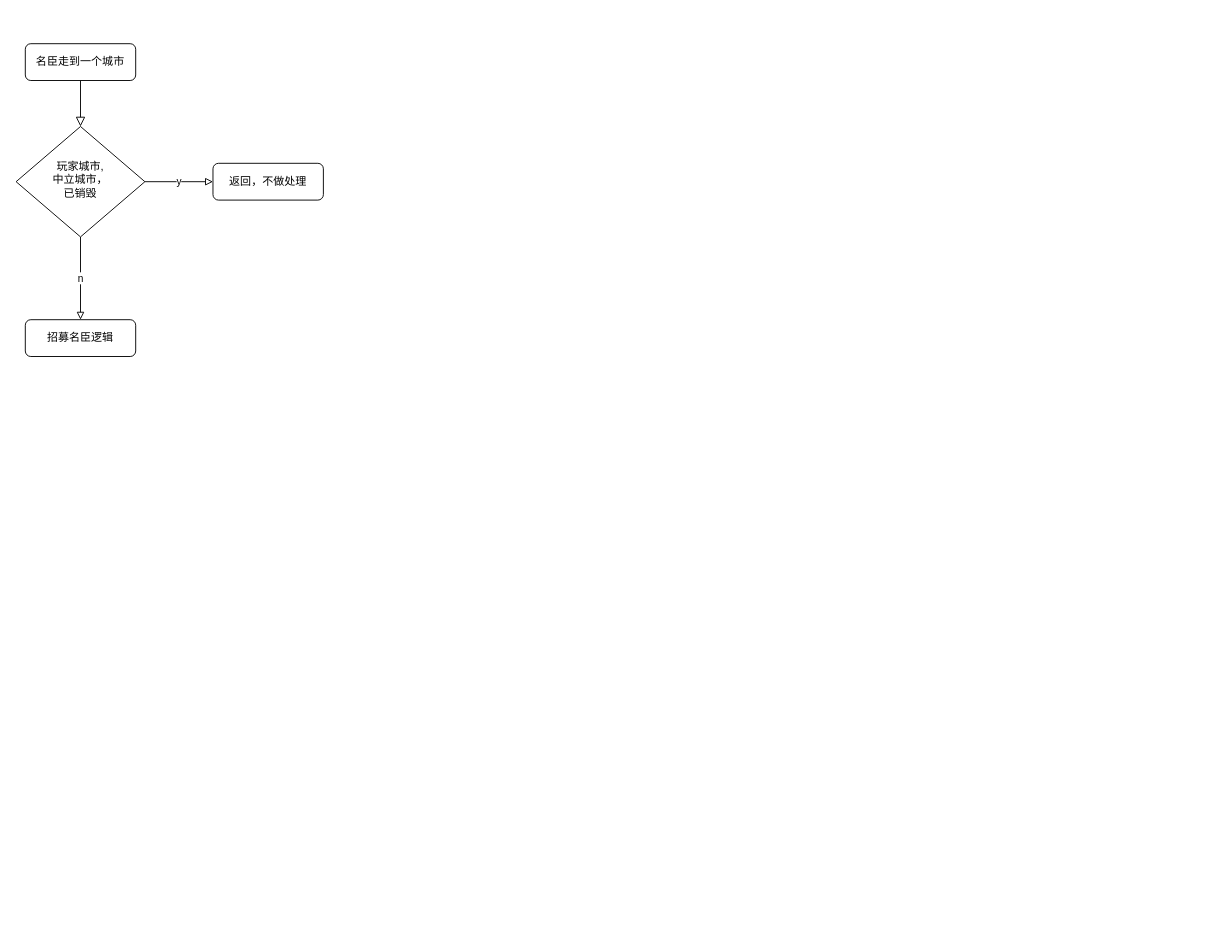
The draw.io diagram 萧何举士效果收服名臣流程图.drawio in fdgggy/architect-awesome, before the edit. Source tidied: cells renumbered, new cells numbered last; positions are measured from the earlier drawing's top-left corner, leaving out a move shared by most shapes. Both pictures are drawn from the tidied source at 92%, with x=0, y=0 at pixel (16, 43).
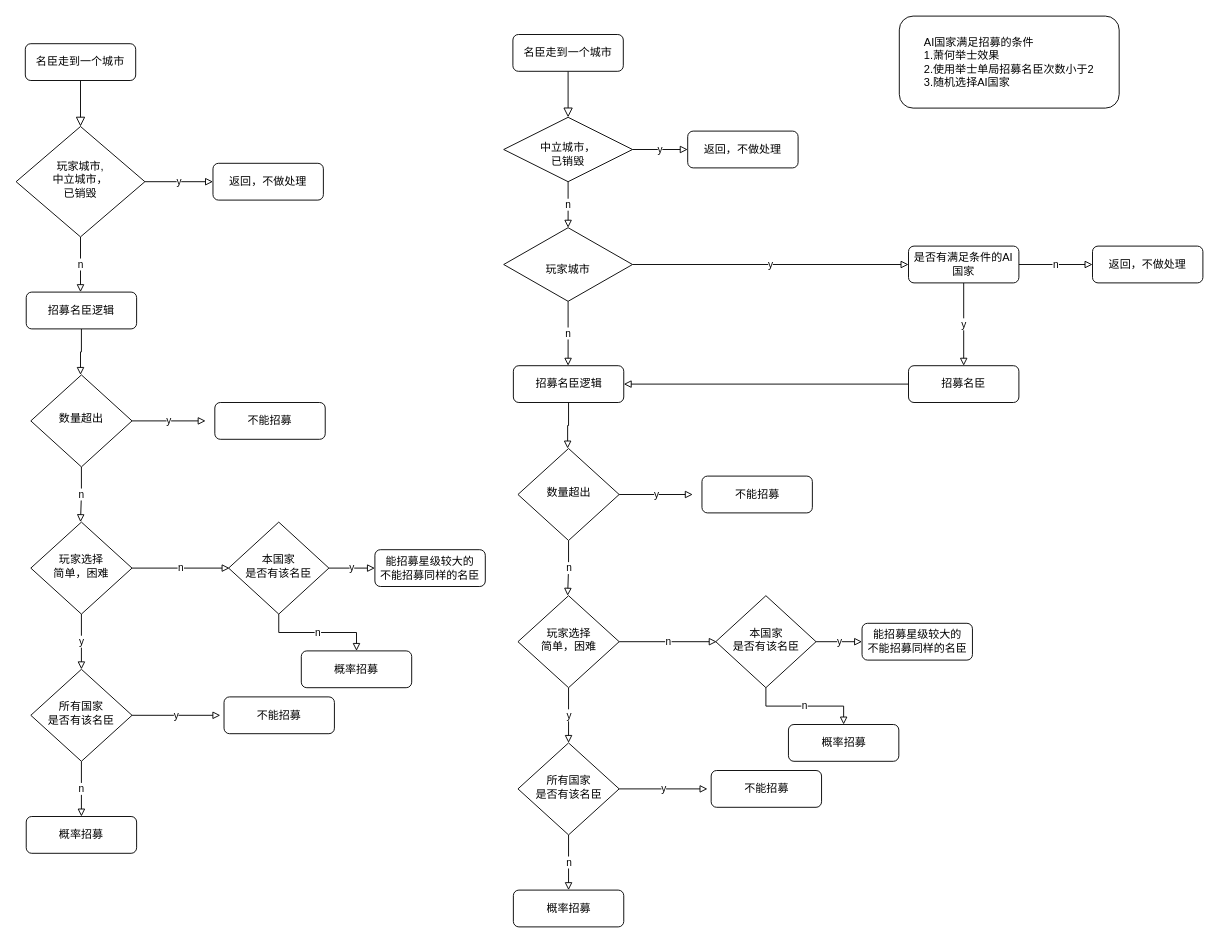
The same page after the edit.

Commit message (it also covers changes not shown here):
更新萧何举士效果收服名臣流程图.drawio

Unchanged cells that the change refers to:
```xml
<mxCell id="6" value="玩家城市,&lt;br&gt;中立城市，&lt;br&gt;已销毁" style="rhombus;whiteSpace=wrap;html=1;shadow=0;fontFamily=Helvetica;fontSize=12;align=center;strokeWidth=1;spacing=6;spacingTop=-4;" parent="1" vertex="1">
  <mxGeometry y="90" width="140" height="120" as="geometry" />
</mxCell>
```

Change to the diagram source:
```diff
@@
-<mxGraphModel>
+<mxGraphModel background="#ffffff">
@@
     <mxCell id="5" value="n" style="edgeStyle=orthogonalEdgeStyle;rounded=0;jettySize=auto;html=1;startArrow=none;startFill=0;endArrow=block;endFill=0;strokeColor=default;" parent="1" edge="1" source="6">
       <mxGeometry relative="1" as="geometry">
-        <mxPoint x="70" y="300" as="targetPoint" />
+        <mxPoint x="70" y="270" as="targetPoint" />
       </mxGeometry>
     </mxCell>
@@
+    <mxCell id="9" style="edgeStyle=orthogonalEdgeStyle;rounded=0;jettySize=auto;html=1;startArrow=none;startFill=0;endArrow=block;endFill=0;strokeColor=default;" parent="1" edge="1" source="8">
+      <mxGeometry relative="1" as="geometry">
+        <mxPoint x="70" y="360" as="targetPoint" />
+        <Array as="points">
+          <mxPoint x="71" y="335" />
+          <mxPoint x="70" y="335" />
+        </Array>
+      </mxGeometry>
+    </mxCell>
     <mxCell id="8" value="招募名臣逻辑" style="rounded=1;whiteSpace=wrap;html=1;fontSize=12;glass=0;strokeWidth=1;shadow=0;" parent="1" vertex="1">
-      <mxGeometry x="10" y="300" width="120" height="40" as="geometry" />
+      <mxGeometry x="11" y="270" width="120" height="40" as="geometry" />
     </mxCell>
+    <mxCell id="10" value="y" style="edgeStyle=orthogonalEdgeStyle;rounded=0;orthogonalLoop=1;jettySize=auto;html=1;startArrow=none;startFill=0;endArrow=block;endFill=0;strokeColor=default;" parent="1" edge="1">
+      <mxGeometry relative="1" as="geometry">
+        <mxPoint x="126" y="410" as="sourcePoint" />
+        <mxPoint x="206" y="410" as="targetPoint" />
+      </mxGeometry>
+    </mxCell>
+    <mxCell id="11" value="不能招募" style="rounded=1;whiteSpace=wrap;html=1;fontSize=12;glass=0;strokeWidth=1;shadow=0;" parent="1" vertex="1">
+      <mxGeometry x="216" y="390" width="120" height="40" as="geometry" />
+    </mxCell>
+    <mxCell id="12" value="n" style="edgeStyle=orthogonalEdgeStyle;rounded=0;jettySize=auto;html=1;startArrow=none;startFill=0;endArrow=block;endFill=0;strokeColor=default;" parent="1" edge="1" source="13">
+      <mxGeometry relative="1" as="geometry">
+        <mxPoint x="70" y="520" as="targetPoint" />
+      </mxGeometry>
+    </mxCell>
+    <mxCell id="13" value="数量超出" style="rhombus;whiteSpace=wrap;html=1;shadow=0;fontFamily=Helvetica;fontSize=12;align=center;strokeWidth=1;spacing=6;spacingTop=-4;" parent="1" vertex="1">
+      <mxGeometry x="16" y="360" width="110" height="100" as="geometry" />
+    </mxCell>
+    <mxCell id="14" value="n" style="edgeStyle=orthogonalEdgeStyle;rounded=0;jettySize=auto;html=1;startArrow=none;startFill=0;endArrow=block;endFill=0;strokeColor=default;" parent="1" edge="1" source="16">
+      <mxGeometry relative="1" as="geometry">
+        <mxPoint x="232" y="570" as="targetPoint" />
+      </mxGeometry>
+    </mxCell>
+    <mxCell id="15" value="y" style="edgeStyle=orthogonalEdgeStyle;rounded=0;jettySize=auto;html=1;startArrow=none;startFill=0;endArrow=block;endFill=0;strokeColor=default;" parent="1" edge="1" source="16">
+      <mxGeometry relative="1" as="geometry">
+        <mxPoint x="71" y="680" as="targetPoint" />
+      </mxGeometry>
+    </mxCell>
+    <mxCell id="16" value="玩家选择&lt;br&gt;简单，困难" style="rhombus;whiteSpace=wrap;html=1;shadow=0;fontFamily=Helvetica;fontSize=12;align=center;strokeWidth=1;spacing=6;spacingTop=-4;" parent="1" vertex="1">
+      <mxGeometry x="16" y="520" width="110" height="100" as="geometry" />
+    </mxCell>
+    <mxCell id="17" value="概率招募" style="rounded=1;whiteSpace=wrap;html=1;fontSize=12;glass=0;strokeWidth=1;shadow=0;" parent="1" vertex="1">
+      <mxGeometry x="310" y="660" width="120" height="40" as="geometry" />
+    </mxCell>
+    <mxCell id="18" value="y" style="edgeStyle=orthogonalEdgeStyle;rounded=0;jettySize=auto;html=1;startArrow=none;startFill=0;endArrow=block;endFill=0;strokeColor=default;" parent="1" edge="1" source="20">
+      <mxGeometry relative="1" as="geometry">
+        <mxPoint x="222" y="730" as="targetPoint" />
+      </mxGeometry>
+    </mxCell>
+    <mxCell id="19" value="n" style="edgeStyle=orthogonalEdgeStyle;rounded=0;jettySize=auto;html=1;startArrow=none;startFill=0;endArrow=block;endFill=0;strokeColor=default;" parent="1" edge="1" source="20">
+      <mxGeometry relative="1" as="geometry">
+        <mxPoint x="71" y="840" as="targetPoint" />
+      </mxGeometry>
+    </mxCell>
+    <mxCell id="20" value="所有国家&lt;br&gt;是否有该名臣" style="rhombus;whiteSpace=wrap;html=1;shadow=0;fontFamily=Helvetica;fontSize=12;align=center;strokeWidth=1;spacing=6;spacingTop=-4;" parent="1" vertex="1">
+      <mxGeometry x="16" y="680" width="110" height="100" as="geometry" />
+    </mxCell>
+    <mxCell id="21" value="不能招募" style="rounded=1;whiteSpace=wrap;html=1;fontSize=12;glass=0;strokeWidth=1;shadow=0;" parent="1" vertex="1">
+      <mxGeometry x="226" y="710" width="120" height="40" as="geometry" />
+    </mxCell>
+    <mxCell id="22" value="概率招募" style="rounded=1;whiteSpace=wrap;html=1;fontSize=12;glass=0;strokeWidth=1;shadow=0;" parent="1" vertex="1">
+      <mxGeometry x="11" y="840" width="120" height="40" as="geometry" />
+    </mxCell>
+    <mxCell id="23" style="rounded=0;html=1;jettySize=auto;fontSize=11;endArrow=block;endFill=0;endSize=8;strokeWidth=1;shadow=0;labelBackgroundColor=none;edgeStyle=orthogonalEdgeStyle;" parent="1" edge="1" source="24" target="27">
+      <mxGeometry relative="1" as="geometry" />
+    </mxCell>
+    <mxCell id="24" value="名臣走到一个城市" style="rounded=1;whiteSpace=wrap;html=1;fontSize=12;glass=0;strokeWidth=1;shadow=0;" parent="1" vertex="1">
+      <mxGeometry x="540" y="-10" width="120" height="40" as="geometry" />
+    </mxCell>
+    <mxCell id="25" value="y" style="edgeStyle=orthogonalEdgeStyle;rounded=0;jettySize=auto;html=1;entryX=0;entryY=0.5;entryDx=0;entryDy=0;startArrow=none;startFill=0;endArrow=block;endFill=0;strokeColor=default;" parent="1" edge="1" source="27" target="28">
+      <mxGeometry relative="1" as="geometry" />
+    </mxCell>
+    <mxCell id="26" value="n" style="edgeStyle=orthogonalEdgeStyle;rounded=0;jettySize=auto;html=1;entryX=0.5;entryY=0;entryDx=0;entryDy=0;startArrow=none;startFill=0;endArrow=block;endFill=0;strokeColor=default;" parent="1" edge="1" source="27" target="33">
+      <mxGeometry relative="1" as="geometry" />
+    </mxCell>
+    <mxCell id="27" value="&lt;br&gt;中立城市，&lt;br&gt;已销毁" style="rhombus;whiteSpace=wrap;html=1;shadow=0;fontFamily=Helvetica;fontSize=12;align=center;strokeWidth=1;spacing=6;spacingTop=-4;" parent="1" vertex="1">
+      <mxGeometry x="530" y="80" width="140" height="70" as="geometry" />
+    </mxCell>
+    <mxCell id="28" value="返回，不做处理" style="rounded=1;whiteSpace=wrap;html=1;fontSize=12;glass=0;strokeWidth=1;shadow=0;" parent="1" vertex="1">
+      <mxGeometry x="730" y="95" width="120" height="40" as="geometry" />
+    </mxCell>
+    <mxCell id="29" style="edgeStyle=orthogonalEdgeStyle;rounded=0;jettySize=auto;html=1;startArrow=none;startFill=0;endArrow=block;endFill=0;strokeColor=default;entryX=1;entryY=0.5;entryDx=0;entryDy=0;" parent="1" edge="1" source="30" target="44">
+      <mxGeometry relative="1" as="geometry" />
+    </mxCell>
+    <mxCell id="30" value="招募名臣" style="rounded=1;whiteSpace=wrap;html=1;fontSize=12;glass=0;strokeWidth=1;shadow=0;" parent="1" vertex="1">
+      <mxGeometry x="970" y="350" width="120" height="40" as="geometry" />
+    </mxCell>
+    <mxCell id="31" value="y" style="edgeStyle=orthogonalEdgeStyle;rounded=0;jettySize=auto;html=1;startArrow=none;startFill=0;endArrow=block;endFill=0;strokeColor=default;entryX=0;entryY=0.5;entryDx=0;entryDy=0;" parent="1" edge="1" source="33" target="36">
+      <mxGeometry relative="1" as="geometry" />
+    </mxCell>
+    <mxCell id="32" value="n" style="edgeStyle=orthogonalEdgeStyle;rounded=0;jettySize=auto;html=1;entryX=0.5;entryY=0;entryDx=0;entryDy=0;startArrow=none;startFill=0;endArrow=block;endFill=0;strokeColor=default;" parent="1" edge="1" source="33">
+      <mxGeometry relative="1" as="geometry">
+        <mxPoint x="600" y="350" as="targetPoint" />
+      </mxGeometry>
+    </mxCell>
+    <mxCell id="33" value="&lt;br&gt;玩家城市" style="rhombus;whiteSpace=wrap;html=1;shadow=0;fontFamily=Helvetica;fontSize=12;align=center;strokeWidth=1;spacing=6;spacingTop=-4;" parent="1" vertex="1">
+      <mxGeometry x="530" y="200" width="140" height="80" as="geometry" />
+    </mxCell>
+    <mxCell id="34" value="n" style="edgeStyle=orthogonalEdgeStyle;rounded=0;jettySize=auto;html=1;startArrow=none;startFill=0;endArrow=block;endFill=0;strokeColor=default;" parent="1" edge="1" source="36">
+      <mxGeometry relative="1" as="geometry">
+        <mxPoint x="1170" y="240" as="targetPoint" />
+      </mxGeometry>
+    </mxCell>
+    <mxCell id="35" value="y" style="edgeStyle=orthogonalEdgeStyle;rounded=0;jettySize=auto;html=1;entryX=0.5;entryY=0;entryDx=0;entryDy=0;startArrow=none;startFill=0;endArrow=block;endFill=0;strokeColor=default;" parent="1" edge="1" source="36" target="30">
+      <mxGeometry relative="1" as="geometry" />
+    </mxCell>
+    <mxCell id="36" value="是否有满足条件的AI国家" style="rounded=1;whiteSpace=wrap;html=1;fontSize=12;glass=0;strokeWidth=1;shadow=0;" parent="1" vertex="1">
+      <mxGeometry x="970" y="220" width="120" height="40" as="geometry" />
+    </mxCell>
+    <mxCell id="37" value="返回，不做处理" style="rounded=1;whiteSpace=wrap;html=1;fontSize=12;glass=0;strokeWidth=1;shadow=0;" parent="1" vertex="1">
+      <mxGeometry x="1170" y="220" width="120" height="40" as="geometry" />
+    </mxCell>
+    <mxCell id="38" value="&lt;div style=&quot;text-align: justify;&quot;&gt;&lt;span style=&quot;background-color: initial;&quot;&gt;AI国家满足招募的条件&lt;/span&gt;&lt;/div&gt;&lt;div style=&quot;text-align: justify;&quot;&gt;&lt;span style=&quot;background-color: initial;&quot;&gt;1.萧何举士效果&lt;/span&gt;&lt;/div&gt;&lt;div style=&quot;text-align: justify;&quot;&gt;&lt;span style=&quot;background-color: initial;&quot;&gt;2.使用举士单局招募名臣次数小于2&lt;/span&gt;&lt;/div&gt;&lt;div style=&quot;text-align: justify;&quot;&gt;&lt;span style=&quot;background-color: initial;&quot;&gt;3.随机选择AI国家&lt;/span&gt;&lt;/div&gt;" style="rounded=1;whiteSpace=wrap;html=1;fontSize=12;glass=0;strokeWidth=1;shadow=0;align=center;" parent="1" vertex="1">
+      <mxGeometry x="960" y="-30" width="239" height="100" as="geometry" />
+    </mxCell>
+    <mxCell id="39" value="y" style="edgeStyle=orthogonalEdgeStyle;rounded=0;jettySize=auto;html=1;startArrow=none;startFill=0;endArrow=block;endFill=0;strokeColor=default;" parent="1" edge="1" source="41">
+      <mxGeometry relative="1" as="geometry">
+        <mxPoint x="390" y="570" as="targetPoint" />
+      </mxGeometry>
+    </mxCell>
+    <mxCell id="40" value="n" style="edgeStyle=orthogonalEdgeStyle;rounded=0;jettySize=auto;html=1;entryX=0.5;entryY=0;entryDx=0;entryDy=0;startArrow=none;startFill=0;endArrow=block;endFill=0;strokeColor=default;" parent="1" edge="1" source="41" target="17">
+      <mxGeometry relative="1" as="geometry" />
+    </mxCell>
+    <mxCell id="41" value="本国家&lt;br&gt;是否有该名臣" style="rhombus;whiteSpace=wrap;html=1;shadow=0;fontFamily=Helvetica;fontSize=12;align=center;strokeWidth=1;spacing=6;spacingTop=-4;" parent="1" vertex="1">
+      <mxGeometry x="231" y="520" width="109" height="100" as="geometry" />
+    </mxCell>
+    <mxCell id="42" value="能招募星级较大的&lt;br&gt;不能招募同样的名臣" style="rounded=1;whiteSpace=wrap;html=1;fontSize=12;glass=0;strokeWidth=1;shadow=0;" parent="1" vertex="1">
+      <mxGeometry x="390" y="550" width="120" height="40" as="geometry" />
+    </mxCell>
+    <mxCell id="43" style="edgeStyle=orthogonalEdgeStyle;rounded=0;jettySize=auto;html=1;startArrow=none;startFill=0;endArrow=block;endFill=0;strokeColor=default;" parent="1" edge="1" source="44">
+      <mxGeometry relative="1" as="geometry">
+        <mxPoint x="599.5" y="440" as="targetPoint" />
+        <Array as="points">
+          <mxPoint x="600.5" y="415" />
+          <mxPoint x="599.5" y="415" />
+        </Array>
+      </mxGeometry>
+    </mxCell>
+    <mxCell id="44" value="招募名臣逻辑" style="rounded=1;whiteSpace=wrap;html=1;fontSize=12;glass=0;strokeWidth=1;shadow=0;" parent="1" vertex="1">
+      <mxGeometry x="540.5" y="350" width="120" height="40" as="geometry" />
+    </mxCell>
+    <mxCell id="45" value="y" style="edgeStyle=orthogonalEdgeStyle;rounded=0;orthogonalLoop=1;jettySize=auto;html=1;startArrow=none;startFill=0;endArrow=block;endFill=0;strokeColor=default;" parent="1" edge="1">
+      <mxGeometry relative="1" as="geometry">
+        <mxPoint x="655.5" y="490" as="sourcePoint" />
+        <mxPoint x="735.5" y="490" as="targetPoint" />
+      </mxGeometry>
+    </mxCell>
+    <mxCell id="46" value="不能招募" style="rounded=1;whiteSpace=wrap;html=1;fontSize=12;glass=0;strokeWidth=1;shadow=0;" parent="1" vertex="1">
+      <mxGeometry x="745.5" y="470" width="120" height="40" as="geometry" />
+    </mxCell>
+    <mxCell id="47" value="n" style="edgeStyle=orthogonalEdgeStyle;rounded=0;jettySize=auto;html=1;startArrow=none;startFill=0;endArrow=block;endFill=0;strokeColor=default;" parent="1" edge="1" source="48">
+      <mxGeometry relative="1" as="geometry">
+        <mxPoint x="599.5" y="600" as="targetPoint" />
+      </mxGeometry>
+    </mxCell>
+    <mxCell id="48" value="数量超出" style="rhombus;whiteSpace=wrap;html=1;shadow=0;fontFamily=Helvetica;fontSize=12;align=center;strokeWidth=1;spacing=6;spacingTop=-4;" parent="1" vertex="1">
+      <mxGeometry x="545.5" y="440" width="110" height="100" as="geometry" />
+    </mxCell>
+    <mxCell id="49" value="n" style="edgeStyle=orthogonalEdgeStyle;rounded=0;jettySize=auto;html=1;startArrow=none;startFill=0;endArrow=block;endFill=0;strokeColor=default;" parent="1" edge="1" source="51">
+      <mxGeometry relative="1" as="geometry">
+        <mxPoint x="761.5" y="650" as="targetPoint" />
+      </mxGeometry>
+    </mxCell>
+    <mxCell id="50" value="y" style="edgeStyle=orthogonalEdgeStyle;rounded=0;jettySize=auto;html=1;startArrow=none;startFill=0;endArrow=block;endFill=0;strokeColor=default;" parent="1" edge="1" source="51">
+      <mxGeometry relative="1" as="geometry">
+        <mxPoint x="600.5" y="760" as="targetPoint" />
+      </mxGeometry>
+    </mxCell>
+    <mxCell id="51" value="玩家选择&lt;br&gt;简单，困难" style="rhombus;whiteSpace=wrap;html=1;shadow=0;fontFamily=Helvetica;fontSize=12;align=center;strokeWidth=1;spacing=6;spacingTop=-4;" parent="1" vertex="1">
+      <mxGeometry x="545.5" y="600" width="110" height="100" as="geometry" />
+    </mxCell>
+    <mxCell id="52" value="概率招募" style="rounded=1;whiteSpace=wrap;html=1;fontSize=12;glass=0;strokeWidth=1;shadow=0;" parent="1" vertex="1">
+      <mxGeometry x="839.5" y="740" width="120" height="40" as="geometry" />
+    </mxCell>
+    <mxCell id="53" value="y" style="edgeStyle=orthogonalEdgeStyle;rounded=0;jettySize=auto;html=1;startArrow=none;startFill=0;endArrow=block;endFill=0;strokeColor=default;" parent="1" edge="1" source="55">
+      <mxGeometry relative="1" as="geometry">
+        <mxPoint x="751.5" y="810" as="targetPoint" />
+      </mxGeometry>
+    </mxCell>
+    <mxCell id="54" value="n" style="edgeStyle=orthogonalEdgeStyle;rounded=0;jettySize=auto;html=1;startArrow=none;startFill=0;endArrow=block;endFill=0;strokeColor=default;" parent="1" edge="1" source="55">
+      <mxGeometry relative="1" as="geometry">
+        <mxPoint x="600.5" y="920" as="targetPoint" />
+      </mxGeometry>
+    </mxCell>
+    <mxCell id="55" value="所有国家&lt;br&gt;是否有该名臣" style="rhombus;whiteSpace=wrap;html=1;shadow=0;fontFamily=Helvetica;fontSize=12;align=center;strokeWidth=1;spacing=6;spacingTop=-4;" parent="1" vertex="1">
+      <mxGeometry x="545.5" y="760" width="110" height="100" as="geometry" />
+    </mxCell>
+    <mxCell id="56" value="不能招募" style="rounded=1;whiteSpace=wrap;html=1;fontSize=12;glass=0;strokeWidth=1;shadow=0;" parent="1" vertex="1">
+      <mxGeometry x="755.5" y="790" width="120" height="40" as="geometry" />
+    </mxCell>
+    <mxCell id="57" value="概率招募" style="rounded=1;whiteSpace=wrap;html=1;fontSize=12;glass=0;strokeWidth=1;shadow=0;" parent="1" vertex="1">
+      <mxGeometry x="540.5" y="920" width="120" height="40" as="geometry" />
+    </mxCell>
+    <mxCell id="58" value="y" style="edgeStyle=orthogonalEdgeStyle;rounded=0;jettySize=auto;html=1;startArrow=none;startFill=0;endArrow=block;endFill=0;strokeColor=default;" parent="1" edge="1" source="60">
+      <mxGeometry relative="1" as="geometry">
+        <mxPoint x="919.5" y="650" as="targetPoint" />
+      </mxGeometry>
+    </mxCell>
+    <mxCell id="59" value="n" style="edgeStyle=orthogonalEdgeStyle;rounded=0;jettySize=auto;html=1;entryX=0.5;entryY=0;entryDx=0;entryDy=0;startArrow=none;startFill=0;endArrow=block;endFill=0;strokeColor=default;" parent="1" edge="1" source="60" target="52">
+      <mxGeometry relative="1" as="geometry" />
+    </mxCell>
+    <mxCell id="60" value="本国家&lt;br&gt;是否有该名臣" style="rhombus;whiteSpace=wrap;html=1;shadow=0;fontFamily=Helvetica;fontSize=12;align=center;strokeWidth=1;spacing=6;spacingTop=-4;" parent="1" vertex="1">
+      <mxGeometry x="760.5" y="600" width="109" height="100" as="geometry" />
+    </mxCell>
+    <mxCell id="61" value="能招募星级较大的&lt;br&gt;不能招募同样的名臣" style="rounded=1;whiteSpace=wrap;html=1;fontSize=12;glass=0;strokeWidth=1;shadow=0;" parent="1" vertex="1">
+      <mxGeometry x="919.5" y="630" width="120" height="40" as="geometry" />
+    </mxCell>
```
